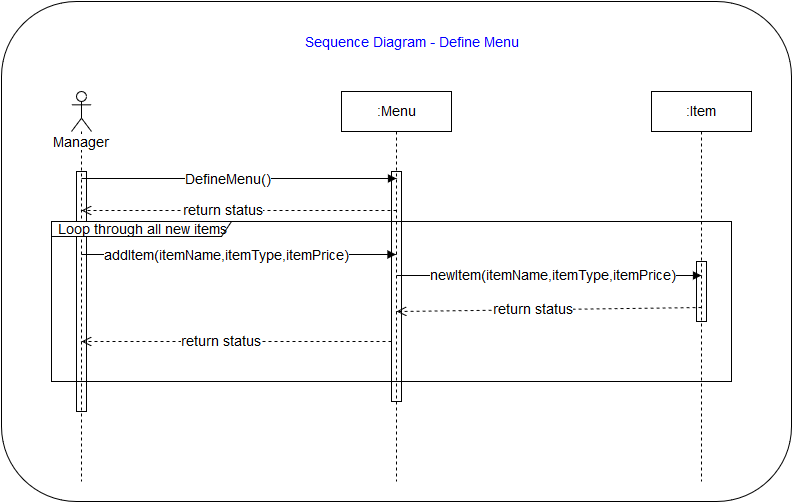
Before: SeqDiagDefineMenu.png, a diagram exported from draw.io (CS414-Proj/cs414_Project). Source tidied: cells renumbered, new cells last; positions are measured from the earlier drawing's top-left corner, leaving out a move shared by most shapes. The source it was exported from:
```xml
<mxGraphModel background="#ffffff">
  <root>
    <mxCell id="0" />
    <mxCell id="1" parent="0" />
    <mxCell id="2" style="rounded=1;whiteSpace=wrap;html=1;fillColor=#FFFFFF;fontSize=14;fontColor=#0000FF;" parent="1" vertex="1">
      <mxGeometry width="790" height="500" as="geometry" />
    </mxCell>
    <mxCell id="3" style="html=1;perimeter=orthogonalPerimeter;fillColor=#FFFFFF;fontSize=14;fontColor=#000000;" parent="1" vertex="1">
      <mxGeometry x="695" y="260" width="10" height="60" as="geometry" />
    </mxCell>
    <mxCell id="4" style="html=1;perimeter=orthogonalPerimeter;fillColor=#FFFFFF;fontSize=14;fontColor=#000000;" parent="1" vertex="1">
      <mxGeometry x="390" y="170" width="10" height="230" as="geometry" />
    </mxCell>
    <mxCell id="5" style="html=1;perimeter=orthogonalPerimeter;fillColor=#FFFFFF;fontSize=14;fontColor=#000000;" parent="1" vertex="1">
      <mxGeometry x="75" y="170" width="10" height="240" as="geometry" />
    </mxCell>
    <mxCell id="6" value="Manager" style="shape=umlLifeline;participant=umlActor;perimeter=lifelinePerimeter;whiteSpace=wrap;html=1;verticalAlign=top;spacingTop=36;labelBackgroundColor=#ffffff;fillColor=#FFFFFF;fontSize=14;fontColor=#000000;" parent="1" vertex="1">
      <mxGeometry x="70" y="90" width="20" height="390" as="geometry" />
    </mxCell>
    <mxCell id="7" value=":Menu" style="shape=umlLifeline;perimeter=lifelinePerimeter;whiteSpace=wrap;html=1;fillColor=#FFFFFF;fontSize=14;fontColor=#000000;size=40;" parent="1" vertex="1">
      <mxGeometry x="340" y="90" width="110" height="390" as="geometry" />
    </mxCell>
    <mxCell id="8" value=":Item" style="shape=umlLifeline;perimeter=lifelinePerimeter;whiteSpace=wrap;html=1;fillColor=#FFFFFF;fontSize=14;fontColor=#000000;size=40;" parent="1" vertex="1">
      <mxGeometry x="650" y="90" width="100" height="390" as="geometry" />
    </mxCell>
    <mxCell id="9" style="html=1;verticalAlign=bottom;endArrow=block;fontSize=14;fontColor=#000000;exitX=0.5;exitY=0.222;exitPerimeter=0;entryX=0.499;entryY=0.222;entryPerimeter=0;" parent="1" edge="1" source="6" target="7">
      <mxGeometry x="-440" y="296" as="geometry" />
    </mxCell>
    <mxCell id="10" value="DefineMenu()" style="text;html=1;align=center;verticalAlign=middle;labelBackgroundColor=#ffffff;fontSize=14;fontColor=#000000;" parent="9" vertex="1">
      <mxGeometry x="-0.07" y="-1" relative="1" as="geometry" />
    </mxCell>
    <mxCell id="11" style="html=1;verticalAlign=bottom;endArrow=open;dashed=1;endSize=8;fontSize=14;fontColor=#000000;exitX=0.497;exitY=0.306;exitPerimeter=0;entryX=0.517;entryY=0.305;entryPerimeter=0;" parent="1" edge="1" source="7" target="6">
      <mxGeometry x="-440" y="328" as="geometry" />
    </mxCell>
    <mxCell id="12" value="return status&lt;br&gt;" style="text;html=1;align=center;verticalAlign=middle;labelBackgroundColor=#ffffff;fontSize=14;fontColor=#000000;" parent="11" vertex="1">
      <mxGeometry x="0.11" y="3" relative="1" as="geometry">
        <mxPoint y="-3" as="offset" />
      </mxGeometry>
    </mxCell>
    <mxCell id="13" style="html=1;verticalAlign=bottom;endArrow=block;fontSize=14;fontColor=#000000;exitX=0.5;exitY=0.419;exitPerimeter=0;" parent="1" edge="1" source="6" target="7">
      <mxGeometry x="-339.7" y="360.3" as="geometry" />
    </mxCell>
    <mxCell id="14" value="addItem(itemName,itemType,itemPrice)" style="text;html=1;align=center;verticalAlign=middle;labelBackgroundColor=#ffffff;fontSize=14;fontColor=#000000;" parent="13" vertex="1">
      <mxGeometry x="-0.07" y="-1" relative="1" as="geometry" />
    </mxCell>
    <mxCell id="15" style="html=1;verticalAlign=bottom;endArrow=block;fontSize=14;fontColor=#000000;entryX=0.5;entryY=0.472;entryPerimeter=0;exitX=0.5;exitY=0.472;exitPerimeter=0;" parent="1" edge="1" source="7" target="8">
      <mxGeometry x="-124" y="394" as="geometry" />
    </mxCell>
    <mxCell id="16" value="newItem(itemName,itemType,itemPrice)" style="text;html=1;align=center;verticalAlign=middle;labelBackgroundColor=#ffffff;fontSize=14;fontColor=#000000;" parent="15" vertex="1">
      <mxGeometry x="-0.24" y="1" relative="1" as="geometry">
        <mxPoint x="42" y="1" as="offset" />
      </mxGeometry>
    </mxCell>
    <mxCell id="17" style="html=1;verticalAlign=bottom;endArrow=open;dashed=1;endSize=8;fontSize=14;fontColor=#000000;exitX=0.5;exitY=0.555;exitPerimeter=0;entryX=0.499;entryY=0.564;entryPerimeter=0;" parent="1" edge="1" source="8" target="7">
      <mxGeometry x="-100" y="409.7" as="geometry" />
    </mxCell>
    <mxCell id="18" value="return status&lt;br&gt;" style="text;html=1;align=center;verticalAlign=middle;labelBackgroundColor=#ffffff;fontSize=14;fontColor=#000000;" parent="17" vertex="1">
      <mxGeometry x="0.11" y="3" relative="1" as="geometry">
        <mxPoint y="-3" as="offset" />
      </mxGeometry>
    </mxCell>
    <mxCell id="19" style="html=1;verticalAlign=bottom;endArrow=open;dashed=1;endSize=8;fontSize=14;fontColor=#000000;exitX=0.455;exitY=0.64;exitPerimeter=0;entryX=0.517;entryY=0.64;entryPerimeter=0;" parent="1" edge="1" source="7" target="6">
      <mxGeometry x="-410" y="439.7" as="geometry" />
    </mxCell>
    <mxCell id="20" value="return status&lt;br&gt;" style="text;html=1;align=center;verticalAlign=middle;labelBackgroundColor=#ffffff;fontSize=14;fontColor=#000000;" parent="19" vertex="1">
      <mxGeometry x="0.11" y="3" relative="1" as="geometry">
        <mxPoint y="-3" as="offset" />
      </mxGeometry>
    </mxCell>
    <mxCell id="21" value="Loop through all new items&lt;br&gt;" style="shape=umlFrame;whiteSpace=wrap;html=1;fillColor=#FFFFFF;fontSize=14;fontColor=#000000;width=180;height=15;" parent="1" vertex="1">
      <mxGeometry x="50" y="220" width="680" height="160" as="geometry" />
    </mxCell>
    <mxCell id="22" value="Sequence Diagram - Define Menu&lt;br&gt;" style="text;html=1;strokeColor=none;fillColor=none;align=center;verticalAlign=middle;whiteSpace=wrap;overflow=hidden;fontSize=14;fontColor=#0000FF;" parent="1" vertex="1">
      <mxGeometry x="250" y="30" width="320" height="20" as="geometry" />
    </mxCell>
  </root>
</mxGraphModel>
```
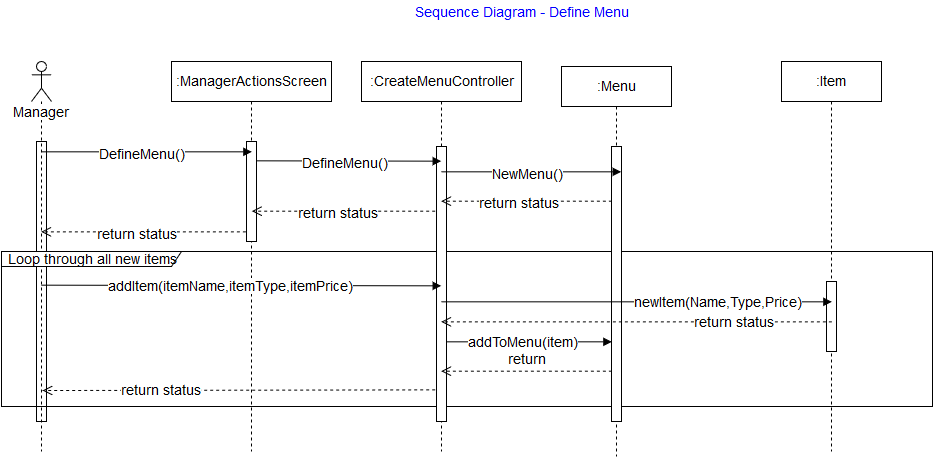
Above is the later version.

Commit message:
Update seq diag

The edit, as a diff of the source:
```diff
@@ -2,76 +2,158 @@
   <root>
     <mxCell id="0" />
     <mxCell id="1" parent="0" />
-    <mxCell id="2" style="rounded=1;whiteSpace=wrap;html=1;fillColor=#FFFFFF;fontSize=14;fontColor=#0000FF;" parent="1" vertex="1">
-      <mxGeometry width="790" height="500" as="geometry" />
-    </mxCell>
-    <mxCell id="3" style="html=1;perimeter=orthogonalPerimeter;fillColor=#FFFFFF;fontSize=14;fontColor=#000000;" parent="1" vertex="1">
-      <mxGeometry x="695" y="260" width="10" height="60" as="geometry" />
-    </mxCell>
-    <mxCell id="4" style="html=1;perimeter=orthogonalPerimeter;fillColor=#FFFFFF;fontSize=14;fontColor=#000000;" parent="1" vertex="1">
-      <mxGeometry x="390" y="170" width="10" height="230" as="geometry" />
-    </mxCell>
     <mxCell id="5" style="html=1;perimeter=orthogonalPerimeter;fillColor=#FFFFFF;fontSize=14;fontColor=#000000;" parent="1" vertex="1">
-      <mxGeometry x="75" y="170" width="10" height="240" as="geometry" />
+      <mxGeometry x="-75" y="170" width="10" height="280" as="geometry" />
     </mxCell>
     <mxCell id="6" value="Manager" style="shape=umlLifeline;participant=umlActor;perimeter=lifelinePerimeter;whiteSpace=wrap;html=1;verticalAlign=top;spacingTop=36;labelBackgroundColor=#ffffff;fillColor=#FFFFFF;fontSize=14;fontColor=#000000;" parent="1" vertex="1">
-      <mxGeometry x="70" y="90" width="20" height="390" as="geometry" />
+      <mxGeometry x="-80" y="90" width="20" height="390" as="geometry" />
     </mxCell>
+    <mxCell id="8" value=":Item" style="shape=umlLifeline;perimeter=lifelinePerimeter;whiteSpace=wrap;html=1;fillColor=#FFFFFF;fontSize=14;fontColor=#000000;size=40;" parent="1" vertex="1">
+      <mxGeometry x="670" y="90" width="100" height="390" as="geometry" />
+    </mxCell>
+    <mxCell id="11" style="html=1;verticalAlign=bottom;endArrow=open;dashed=1;endSize=8;fontSize=14;fontColor=#000000;entryX=0.483;entryY=0.333;entryPerimeter=0;exitX=0.502;exitY=0.334;exitPerimeter=0;" parent="1" edge="1">
+      <mxGeometry x="-440" y="368" as="geometry">
+        <mxPoint x="140.3" y="260.3" as="sourcePoint" />
+        <mxPoint x="-70.3" y="260.3" as="targetPoint" />
+      </mxGeometry>
+    </mxCell>
+    <mxCell id="12" value="return status&lt;br&gt;" style="text;html=1;align=center;verticalAlign=middle;labelBackgroundColor=#ffffff;fontSize=14;fontColor=#000000;" parent="11" vertex="1">
+      <mxGeometry x="0.11" y="3" relative="1" as="geometry">
+        <mxPoint x="1" y="-1" as="offset" />
+      </mxGeometry>
+    </mxCell>
+    <mxCell id="19" style="html=1;verticalAlign=bottom;endArrow=open;dashed=1;endSize=8;fontSize=14;fontColor=#000000;exitX=0.5;exitY=0.715;exitPerimeter=0;entryX=0.517;entryY=0.64;entryPerimeter=0;" parent="1" edge="1">
+      <mxGeometry x="-410" y="519.7" as="geometry">
+        <mxPoint x="329.7" y="418.3" as="sourcePoint" />
+        <mxPoint x="-69" y="419" as="targetPoint" />
+      </mxGeometry>
+    </mxCell>
+    <mxCell id="20" value="return status&lt;br&gt;" style="text;html=1;align=center;verticalAlign=middle;labelBackgroundColor=#ffffff;fontSize=14;fontColor=#000000;" parent="19" vertex="1">
+      <mxGeometry x="0.11" y="3" relative="1" as="geometry">
+        <mxPoint x="-60" y="-3" as="offset" />
+      </mxGeometry>
+    </mxCell>
+    <mxCell id="21" value="Loop through all new items&lt;br&gt;" style="shape=umlFrame;whiteSpace=wrap;html=1;fillColor=#FFFFFF;fontSize=14;fontColor=#000000;width=180;height=15;" parent="1" vertex="1">
+      <mxGeometry x="-110" y="280" width="931" height="155" as="geometry" />
+    </mxCell>
+    <mxCell id="22" value="Sequence Diagram - Define Menu&lt;br&gt;" style="text;html=1;strokeColor=none;fillColor=none;align=center;verticalAlign=middle;whiteSpace=wrap;overflow=hidden;fontSize=14;fontColor=#0000FF;" parent="1" vertex="1">
+      <mxGeometry x="250" y="30" width="320" height="20" as="geometry" />
+    </mxCell>
+    <mxCell id="23" value=":ManagerActionsScreen" style="shape=umlLifeline;perimeter=lifelinePerimeter;whiteSpace=wrap;html=1;fillColor=#FFFFFF;fontSize=14;fontColor=#000000;size=40;" parent="1" vertex="1">
+      <mxGeometry x="60" y="90" width="160" height="390" as="geometry" />
+    </mxCell>
+    <mxCell id="24" style="html=1;perimeter=orthogonalPerimeter;fillColor=#FFFFFF;fontSize=14;fontColor=#000000;" parent="23" vertex="1">
+      <mxGeometry x="75" y="80" width="10" height="100" as="geometry" />
+    </mxCell>
+    <mxCell id="25" style="html=1;verticalAlign=bottom;endArrow=open;dashed=1;endSize=8;fontSize=14;fontColor=#000000;entryX=0.5;entryY=0.307;entryPerimeter=0;exitX=0.497;exitY=0.307;exitPerimeter=0;" parent="1" edge="1">
+      <mxGeometry x="-263" y="358" as="geometry">
+        <mxPoint x="329.7" y="239.7" as="sourcePoint" />
+        <mxPoint x="140.3" y="239.7" as="targetPoint" />
+      </mxGeometry>
+    </mxCell>
+    <mxCell id="26" value="return status&lt;br&gt;" style="text;html=1;align=center;verticalAlign=middle;labelBackgroundColor=#ffffff;fontSize=14;fontColor=#000000;" parent="25" vertex="1">
+      <mxGeometry x="0.11" y="3" relative="1" as="geometry">
+        <mxPoint x="1" y="-1" as="offset" />
+      </mxGeometry>
+    </mxCell>
+    <mxCell id="27" style="html=1;verticalAlign=bottom;endArrow=block;fontSize=14;fontColor=#000000;exitX=0.498;exitY=0.642;exitPerimeter=0;entryX=0.458;entryY=0.628;entryPerimeter=0;" parent="1" edge="1">
+      <mxGeometry x="-0.06" y="-10" relative="1" as="geometry">
+        <mxPoint x="329.7" y="370.3" as="sourcePoint" />
+        <mxPoint x="500.3" y="370.3" as="targetPoint" />
+      </mxGeometry>
+    </mxCell>
+    <mxCell id="28" value="addToMenu(item)" style="text;html=1;align=center;verticalAlign=middle;labelBackgroundColor=#ffffff;fontSize=14;fontColor=#000000;" parent="27" vertex="1">
+      <mxGeometry x="-0.08" y="-5" relative="1" as="geometry">
+        <mxPoint x="2" y="-5" as="offset" />
+      </mxGeometry>
+    </mxCell>
+    <mxCell id="29" value=":CreateMenuController" style="shape=umlLifeline;perimeter=lifelinePerimeter;whiteSpace=wrap;html=1;fillColor=#FFFFFF;fontSize=14;fontColor=#000000;size=40;" parent="1" vertex="1">
+      <mxGeometry x="250" y="90" width="160" height="390" as="geometry" />
+    </mxCell>
+    <mxCell id="30" style="html=1;perimeter=orthogonalPerimeter;fillColor=#FFFFFF;fontSize=14;fontColor=#000000;" parent="29" vertex="1">
+      <mxGeometry x="75" y="85" width="10" height="275" as="geometry" />
+    </mxCell>
     <mxCell id="7" value=":Menu" style="shape=umlLifeline;perimeter=lifelinePerimeter;whiteSpace=wrap;html=1;fillColor=#FFFFFF;fontSize=14;fontColor=#000000;size=40;" parent="1" vertex="1">
-      <mxGeometry x="340" y="90" width="110" height="390" as="geometry" />
+      <mxGeometry x="450" y="95" width="110" height="390" as="geometry" />
     </mxCell>
-    <mxCell id="8" value=":Item" style="shape=umlLifeline;perimeter=lifelinePerimeter;whiteSpace=wrap;html=1;fillColor=#FFFFFF;fontSize=14;fontColor=#000000;size=40;" parent="1" vertex="1">
-      <mxGeometry x="650" y="90" width="100" height="390" as="geometry" />
-    </mxCell>
+    <mxCell id="4" style="html=1;perimeter=orthogonalPerimeter;fillColor=#FFFFFF;fontSize=14;fontColor=#000000;" parent="1" vertex="1">
+      <mxGeometry x="500" y="175" width="10" height="275" as="geometry" />
+    </mxCell>
+    <mxCell id="3" style="html=1;perimeter=orthogonalPerimeter;fillColor=#FFFFFF;fontSize=14;fontColor=#000000;" parent="1" vertex="1">
+      <mxGeometry x="715" y="310" width="10" height="70" as="geometry" />
+    </mxCell>
-    <mxCell id="9" style="html=1;verticalAlign=bottom;endArrow=block;fontSize=14;fontColor=#000000;exitX=0.5;exitY=0.222;exitPerimeter=0;entryX=0.499;entryY=0.222;entryPerimeter=0;" parent="1" edge="1" source="6" target="7">
+    <mxCell id="9" style="html=1;verticalAlign=bottom;endArrow=block;fontSize=14;fontColor=#000000;exitX=0.483;exitY=0.232;exitPerimeter=0;entryX=0.5;entryY=0.231;entryPerimeter=0;" parent="1" edge="1" source="6" target="23">
       <mxGeometry x="-440" y="296" as="geometry" />
     </mxCell>
     <mxCell id="10" value="DefineMenu()" style="text;html=1;align=center;verticalAlign=middle;labelBackgroundColor=#ffffff;fontSize=14;fontColor=#000000;" parent="9" vertex="1">
-      <mxGeometry x="-0.07" y="-1" relative="1" as="geometry" />
+      <mxGeometry x="-0.07" y="-1" relative="1" as="geometry">
+        <mxPoint x="3" y="1" as="offset" />
+      </mxGeometry>
     </mxCell>
-    <mxCell id="11" style="html=1;verticalAlign=bottom;endArrow=open;dashed=1;endSize=8;fontSize=14;fontColor=#000000;exitX=0.497;exitY=0.306;exitPerimeter=0;entryX=0.517;entryY=0.305;entryPerimeter=0;" parent="1" edge="1" source="7" target="6">
-      <mxGeometry x="-440" y="328" as="geometry" />
-    </mxCell>
-    <mxCell id="12" value="return status&lt;br&gt;" style="text;html=1;align=center;verticalAlign=middle;labelBackgroundColor=#ffffff;fontSize=14;fontColor=#000000;" parent="11" vertex="1">
-      <mxGeometry x="0.11" y="3" relative="1" as="geometry">
-        <mxPoint y="-3" as="offset" />
-      </mxGeometry>
-    </mxCell>
+    <mxCell id="31" style="html=1;verticalAlign=bottom;endArrow=block;fontSize=14;fontColor=#000000;exitX=0.483;exitY=0.232;exitPerimeter=0;entryX=0.498;entryY=0.256;entryPerimeter=0;" parent="1" edge="1" target="29">
+      <mxGeometry x="-225" y="305" as="geometry">
+        <mxPoint x="144.7" y="189.3" as="sourcePoint" />
+      </mxGeometry>
+    </mxCell>
+    <mxCell id="32" value="DefineMenu()" style="text;html=1;align=center;verticalAlign=middle;labelBackgroundColor=#ffffff;fontSize=14;fontColor=#000000;" parent="31" vertex="1">
+      <mxGeometry x="-0.07" y="-1" relative="1" as="geometry">
+        <mxPoint x="3" y="1" as="offset" />
+      </mxGeometry>
+    </mxCell>
-    <mxCell id="13" style="html=1;verticalAlign=bottom;endArrow=block;fontSize=14;fontColor=#000000;exitX=0.5;exitY=0.419;exitPerimeter=0;" parent="1" edge="1" source="6" target="7">
-      <mxGeometry x="-339.7" y="360.3" as="geometry" />
+    <mxCell id="13" style="html=1;verticalAlign=bottom;endArrow=block;fontSize=14;fontColor=#000000;exitX=0.5;exitY=0.419;exitPerimeter=0;entryX=0.5;entryY=0.497;entryPerimeter=0;" parent="1" edge="1">
+      <mxGeometry x="-339.7" y="420.3" as="geometry">
+        <mxPoint x="-70.3" y="313.7" as="sourcePoint" />
+        <mxPoint x="329.7" y="314.3" as="targetPoint" />
+      </mxGeometry>
     </mxCell>
     <mxCell id="14" value="addItem(itemName,itemType,itemPrice)" style="text;html=1;align=center;verticalAlign=middle;labelBackgroundColor=#ffffff;fontSize=14;fontColor=#000000;" parent="13" vertex="1">
-      <mxGeometry x="-0.07" y="-1" relative="1" as="geometry" />
+      <mxGeometry x="-0.07" y="-1" relative="1" as="geometry">
+        <mxPoint x="5" as="offset" />
+      </mxGeometry>
     </mxCell>
-    <mxCell id="15" style="html=1;verticalAlign=bottom;endArrow=block;fontSize=14;fontColor=#000000;entryX=0.5;entryY=0.472;entryPerimeter=0;exitX=0.5;exitY=0.472;exitPerimeter=0;" parent="1" edge="1" source="7" target="8">
-      <mxGeometry x="-124" y="394" as="geometry" />
+    <mxCell id="15" style="html=1;verticalAlign=bottom;endArrow=block;fontSize=14;fontColor=#000000;entryX=0.503;entryY=0.539;entryPerimeter=0;exitX=0.5;exitY=0.539;exitPerimeter=0;" parent="1" edge="1">
+      <mxGeometry x="-124" y="454" as="geometry">
+        <mxPoint x="329.7" y="330.3" as="sourcePoint" />
+        <mxPoint x="720.3" y="330.3" as="targetPoint" />
+      </mxGeometry>
     </mxCell>
-    <mxCell id="16" value="newItem(itemName,itemType,itemPrice)" style="text;html=1;align=center;verticalAlign=middle;labelBackgroundColor=#ffffff;fontSize=14;fontColor=#000000;" parent="15" vertex="1">
+    <mxCell id="16" value="newItem(Name,Type,Price)" style="text;html=1;align=center;verticalAlign=middle;labelBackgroundColor=#ffffff;fontSize=14;fontColor=#000000;" parent="15" vertex="1">
       <mxGeometry x="-0.24" y="1" relative="1" as="geometry">
-        <mxPoint x="42" y="1" as="offset" />
+        <mxPoint x="130" y="1" as="offset" />
       </mxGeometry>
     </mxCell>
-    <mxCell id="17" style="html=1;verticalAlign=bottom;endArrow=open;dashed=1;endSize=8;fontSize=14;fontColor=#000000;exitX=0.5;exitY=0.555;exitPerimeter=0;entryX=0.499;entryY=0.564;entryPerimeter=0;" parent="1" edge="1" source="8" target="7">
-      <mxGeometry x="-100" y="409.7" as="geometry" />
+    <mxCell id="17" style="html=1;verticalAlign=bottom;endArrow=open;dashed=1;endSize=8;fontSize=14;fontColor=#000000;exitX=0.503;exitY=0.591;exitPerimeter=0;entryX=0.5;entryY=0.59;entryPerimeter=0;" parent="1" edge="1">
+      <mxGeometry x="-100" y="469.7" as="geometry">
+        <mxPoint x="720.3" y="350.3" as="sourcePoint" />
+        <mxPoint x="329.7" y="350.3" as="targetPoint" />
+      </mxGeometry>
     </mxCell>
     <mxCell id="18" value="return status&lt;br&gt;" style="text;html=1;align=center;verticalAlign=middle;labelBackgroundColor=#ffffff;fontSize=14;fontColor=#000000;" parent="17" vertex="1">
       <mxGeometry x="0.11" y="3" relative="1" as="geometry">
-        <mxPoint y="-3" as="offset" />
+        <mxPoint x="118" y="-3" as="offset" />
       </mxGeometry>
     </mxCell>
-    <mxCell id="19" style="html=1;verticalAlign=bottom;endArrow=open;dashed=1;endSize=8;fontSize=14;fontColor=#000000;exitX=0.455;exitY=0.64;exitPerimeter=0;entryX=0.517;entryY=0.64;entryPerimeter=0;" parent="1" edge="1" source="7" target="6">
-      <mxGeometry x="-410" y="439.7" as="geometry" />
-    </mxCell>
-    <mxCell id="20" value="return status&lt;br&gt;" style="text;html=1;align=center;verticalAlign=middle;labelBackgroundColor=#ffffff;fontSize=14;fontColor=#000000;" parent="19" vertex="1">
-      <mxGeometry x="0.11" y="3" relative="1" as="geometry">
-        <mxPoint y="-3" as="offset" />
-      </mxGeometry>
-    </mxCell>
-    <mxCell id="21" value="Loop through all new items&lt;br&gt;" style="shape=umlFrame;whiteSpace=wrap;html=1;fillColor=#FFFFFF;fontSize=14;fontColor=#000000;width=180;height=15;" parent="1" vertex="1">
-      <mxGeometry x="50" y="220" width="680" height="160" as="geometry" />
-    </mxCell>
-    <mxCell id="22" value="Sequence Diagram - Define Menu&lt;br&gt;" style="text;html=1;strokeColor=none;fillColor=none;align=center;verticalAlign=middle;whiteSpace=wrap;overflow=hidden;fontSize=14;fontColor=#0000FF;" parent="1" vertex="1">
-      <mxGeometry x="250" y="30" width="320" height="20" as="geometry" />
-    </mxCell>
+    <mxCell id="33" value="return" style="html=1;verticalAlign=bottom;endArrow=open;dashed=1;endSize=8;fontSize=14;fontColor=#000000;exitX=0.455;exitY=0.705;exitPerimeter=0;entryX=0.5;entryY=0.717;entryPerimeter=0;" parent="1" edge="1">
+      <mxGeometry relative="1" as="geometry">
+        <mxPoint x="500.3" y="399.7" as="sourcePoint" />
+        <mxPoint x="329.7" y="399.7" as="targetPoint" />
+      </mxGeometry>
+    </mxCell>
+    <mxCell id="34" style="html=1;verticalAlign=bottom;endArrow=block;fontSize=14;fontColor=#000000;exitX=0.5;exitY=0.283;exitPerimeter=0;entryX=0.545;entryY=0.269;entryPerimeter=0;" parent="1" edge="1" source="29" target="7">
+      <mxGeometry x="-80" y="335" as="geometry" />
+    </mxCell>
+    <mxCell id="35" value="NewMenu()" style="text;html=1;align=center;verticalAlign=middle;labelBackgroundColor=#ffffff;fontSize=14;fontColor=#000000;" parent="34" vertex="1">
+      <mxGeometry x="-0.07" y="-1" relative="1" as="geometry">
+        <mxPoint x="3" y="1" as="offset" />
+      </mxGeometry>
+    </mxCell>
+    <mxCell id="36" style="html=1;verticalAlign=bottom;endArrow=open;dashed=1;endSize=8;fontSize=14;fontColor=#000000;entryX=0.5;entryY=0.358;entryPerimeter=0;exitX=0.455;exitY=0.345;exitPerimeter=0;" parent="1" edge="1" source="7" target="29">
+      <mxGeometry x="-83" y="348" as="geometry" />
+    </mxCell>
+    <mxCell id="37" value="return status&lt;br&gt;" style="text;html=1;align=center;verticalAlign=middle;labelBackgroundColor=#ffffff;fontSize=14;fontColor=#000000;" parent="36" vertex="1">
+      <mxGeometry x="0.11" y="3" relative="1" as="geometry">
+        <mxPoint x="1" y="-1" as="offset" />
+      </mxGeometry>
+    </mxCell>
   </root>
 </mxGraphModel>
```
